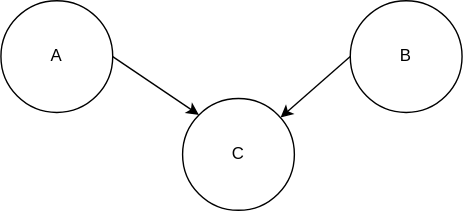
This is docs/source/model_design/collider_dag.svg from ihmeuw/vivarium_research, a draw.io export, as it was before one commit. Source tidied: cells renumbered, new cells last; positions are measured from the earlier drawing's top-left corner, leaving out a move shared by most shapes. Source of this version:
```xml
<mxGraphModel>
  <root>
    <mxCell id="0" />
    <mxCell id="1" parent="0" />
    <mxCell id="2" value="B" style="ellipse;whiteSpace=wrap;html=1;" parent="1" vertex="1">
      <mxGeometry x="250" width="80" height="80" as="geometry" />
    </mxCell>
    <mxCell id="3" value="C" style="ellipse;whiteSpace=wrap;html=1;" parent="1" vertex="1">
      <mxGeometry x="130" y="70" width="80" height="80" as="geometry" />
    </mxCell>
    <mxCell id="4" value="A" style="ellipse;whiteSpace=wrap;html=1;" parent="1" vertex="1">
      <mxGeometry width="80" height="80" as="geometry" />
    </mxCell>
    <mxCell id="5" style="endArrow=classic;html=1;exitX=1;exitY=0.5;exitDx=0;exitDy=0;entryX=0;entryY=0;entryDx=0;entryDy=0;" parent="1" edge="1" source="4" target="3">
      <mxGeometry relative="1" as="geometry" />
    </mxCell>
    <mxCell id="6" style="endArrow=classic;html=1;exitX=0;exitY=0.5;exitDx=0;exitDy=0;" parent="1" edge="1" source="2" target="3">
      <mxGeometry relative="1" as="geometry" />
    </mxCell>
  </root>
</mxGraphModel>
```
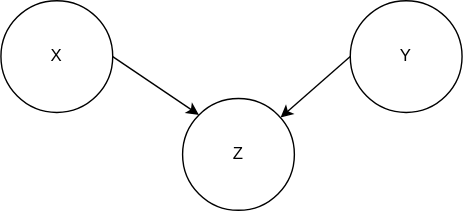
The same file after the commit.

Change to the diagram source:
```diff
@@ -2,13 +2,13 @@
   <root>
     <mxCell id="0" />
     <mxCell id="1" parent="0" />
-    <mxCell id="2" value="B" style="ellipse;whiteSpace=wrap;html=1;" parent="1" vertex="1">
+    <mxCell id="2" value="Y" style="ellipse;whiteSpace=wrap;html=1;" parent="1" vertex="1">
       <mxGeometry x="250" width="80" height="80" as="geometry" />
     </mxCell>
-    <mxCell id="3" value="C" style="ellipse;whiteSpace=wrap;html=1;" parent="1" vertex="1">
+    <mxCell id="3" value="Z" style="ellipse;whiteSpace=wrap;html=1;" parent="1" vertex="1">
       <mxGeometry x="130" y="70" width="80" height="80" as="geometry" />
     </mxCell>
-    <mxCell id="4" value="A" style="ellipse;whiteSpace=wrap;html=1;" parent="1" vertex="1">
+    <mxCell id="4" value="X" style="ellipse;whiteSpace=wrap;html=1;" parent="1" vertex="1">
       <mxGeometry width="80" height="80" as="geometry" />
     </mxCell>
     <mxCell id="5" style="endArrow=classic;html=1;exitX=1;exitY=0.5;exitDx=0;exitDy=0;entryX=0;entryY=0;entryDx=0;entryDy=0;" parent="1" edge="1" source="4" target="3">
```
